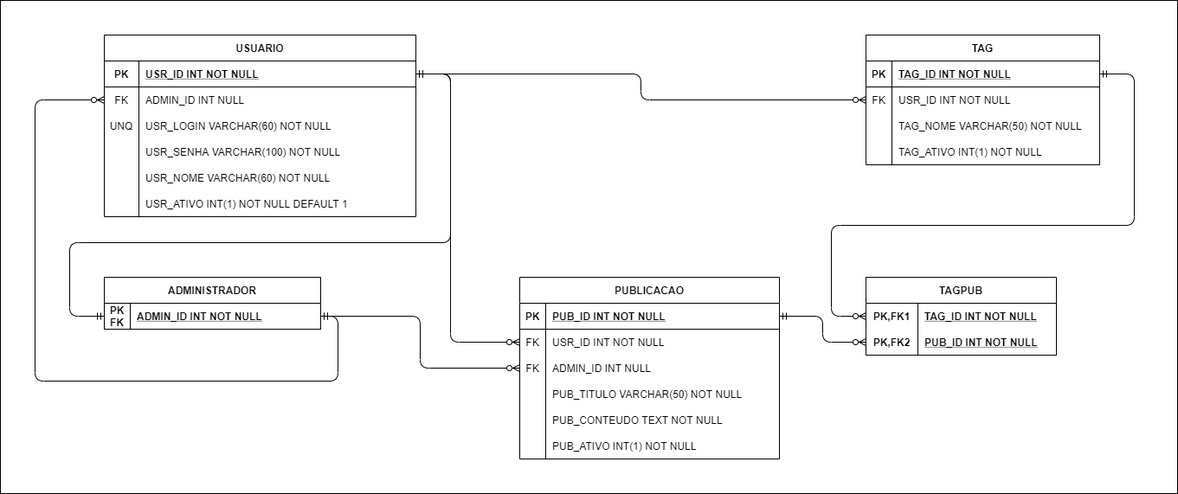
Earlier version of the draw.io export BD/DER.png (cMatheusBRibeiro/Lab-V). Source tidied: cells renumbered, new cells last; positions are measured from the earlier drawing's top-left corner, leaving out a move shared by most shapes.
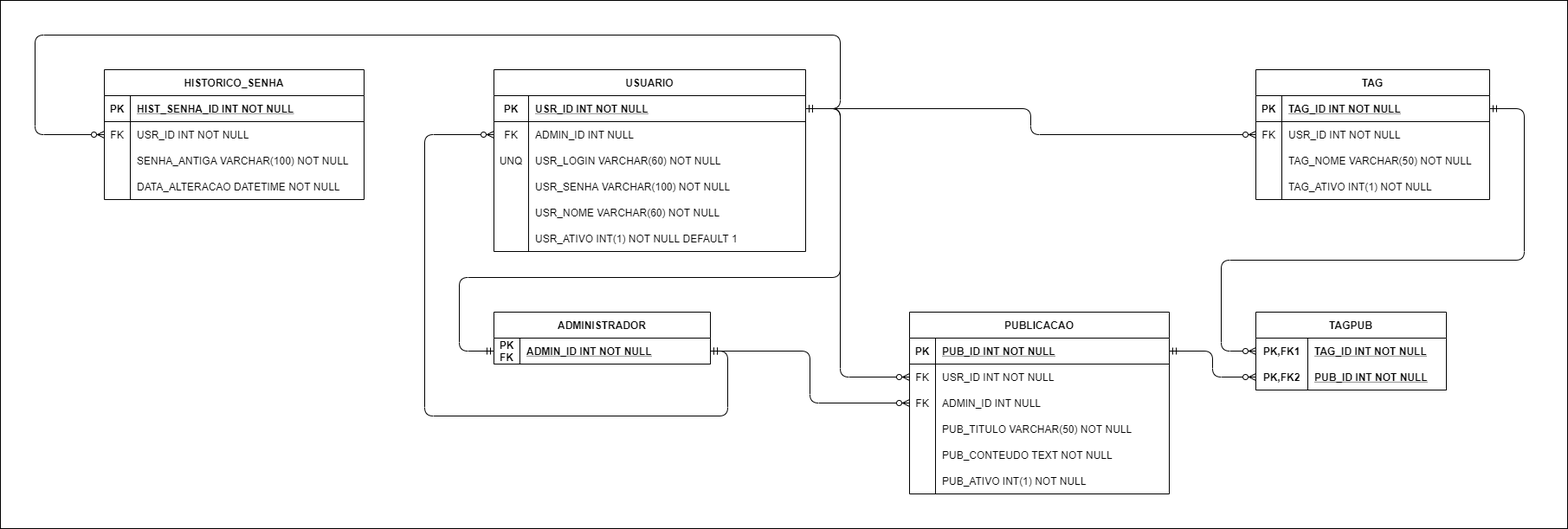
Later version of the same file.

Change to the diagram source:
```diff
@@ -3,7 +3,7 @@
     <mxCell id="0" />
     <mxCell id="1" parent="0" />
     <mxCell id="2" style="rounded=0;whiteSpace=wrap;html=1;" parent="1" vertex="1">
-      <mxGeometry width="1360" height="570" as="geometry" />
+      <mxGeometry x="-450" y="-40" width="1810" height="610" as="geometry" />
     </mxCell>
     <mxCell id="3" value="USUARIO" style="shape=table;startSize=30;rowLines=0;fontStyle=1;align=center;" parent="1" vertex="1">
       <mxGeometry x="120" y="40" width="360" height="210" as="geometry" />
@@ -238,5 +238,54 @@
         </Array>
       </mxGeometry>
     </mxCell>
+    <mxCell id="72" value="HISTORICO_SENHA" style="shape=table;startSize=30;rowLines=0;fontStyle=1;align=center;" parent="1" vertex="1">
+      <mxGeometry x="-330" y="40" width="300" height="150" as="geometry" />
+    </mxCell>
+    <mxCell id="73" style="shape=partialRectangle;fillColor=none;top=0;left=0;bottom=1;right=0;" parent="72" vertex="1">
+      <mxGeometry y="30" width="300" height="30" as="geometry" />
+    </mxCell>
+    <mxCell id="74" value="PK" style="shape=partialRectangle;fillColor=none;top=0;left=0;bottom=0;right=0;fontStyle=1;overflow=hidden;" parent="73" vertex="1">
+      <mxGeometry width="30" height="30" as="geometry" />
+    </mxCell>
+    <mxCell id="75" value="HIST_SENHA_ID INT NOT NULL" style="shape=partialRectangle;fillColor=none;top=0;left=0;bottom=0;right=0;align=left;spacingLeft=6;fontStyle=5;overflow=hidden;" parent="73" vertex="1">
+      <mxGeometry x="30" width="270" height="30" as="geometry" />
+    </mxCell>
+    <mxCell id="76" style="shape=partialRectangle;fillColor=none;top=0;left=0;bottom=0;right=0;points=[[0,0.5],[1,0.5]];portConstraint=eastwest;" parent="72" vertex="1">
+      <mxGeometry y="60" width="300" height="30" as="geometry" />
+    </mxCell>
+    <mxCell id="77" value="FK" style="shape=partialRectangle;fillColor=none;top=0;left=0;bottom=0;right=0;overflow=hidden;" parent="76" vertex="1">
+      <mxGeometry width="30" height="30" as="geometry" />
+    </mxCell>
+    <mxCell id="78" value="USR_ID INT NOT NULL" style="shape=partialRectangle;fillColor=none;top=0;left=0;bottom=0;right=0;align=left;spacingLeft=6;overflow=hidden;" parent="76" vertex="1">
+      <mxGeometry x="30" width="270" height="30" as="geometry" />
+    </mxCell>
+    <mxCell id="79" style="shape=partialRectangle;fillColor=none;top=0;left=0;bottom=0;right=0;" parent="72" vertex="1">
+      <mxGeometry y="90" width="300" height="30" as="geometry" />
+    </mxCell>
+    <mxCell id="80" style="shape=partialRectangle;fillColor=none;top=0;left=0;bottom=0;right=0;overflow=hidden;" parent="79" vertex="1">
+      <mxGeometry width="30" height="30" as="geometry" />
+    </mxCell>
+    <mxCell id="81" value="SENHA_ANTIGA VARCHAR(100) NOT NULL" style="shape=partialRectangle;fillColor=none;top=0;left=0;bottom=0;right=0;align=left;spacingLeft=6;overflow=hidden;" parent="79" vertex="1">
+      <mxGeometry x="30" width="270" height="30" as="geometry" />
+    </mxCell>
+    <mxCell id="82" style="shape=partialRectangle;fillColor=none;top=0;left=0;bottom=0;right=0;" parent="72" vertex="1">
+      <mxGeometry y="120" width="300" height="30" as="geometry" />
+    </mxCell>
+    <mxCell id="83" style="shape=partialRectangle;fillColor=none;top=0;left=0;bottom=0;right=0;overflow=hidden;" parent="82" vertex="1">
+      <mxGeometry width="30" height="30" as="geometry" />
+    </mxCell>
+    <mxCell id="84" value="DATA_ALTERACAO DATETIME NOT NULL" style="shape=partialRectangle;fillColor=none;top=0;left=0;bottom=0;right=0;align=left;spacingLeft=6;overflow=hidden;" parent="82" vertex="1">
+      <mxGeometry x="30" width="270" height="30" as="geometry" />
+    </mxCell>
+    <mxCell id="85" style="edgeStyle=orthogonalEdgeStyle;fontSize=12;html=1;endArrow=ERzeroToMany;startArrow=ERmandOne;exitX=1;exitY=0.5;exitDx=0;exitDy=0;entryX=0;entryY=0.5;entryDx=0;entryDy=0;" parent="1" edge="1" source="4" target="76">
+      <mxGeometry relative="1" as="geometry">
+        <Array as="points">
+          <mxPoint x="520" y="85" />
+          <mxPoint x="520" />
+          <mxPoint x="-410" />
+          <mxPoint x="-410" y="115" />
+        </Array>
+      </mxGeometry>
+    </mxCell>
   </root>
 </mxGraphModel>
```
